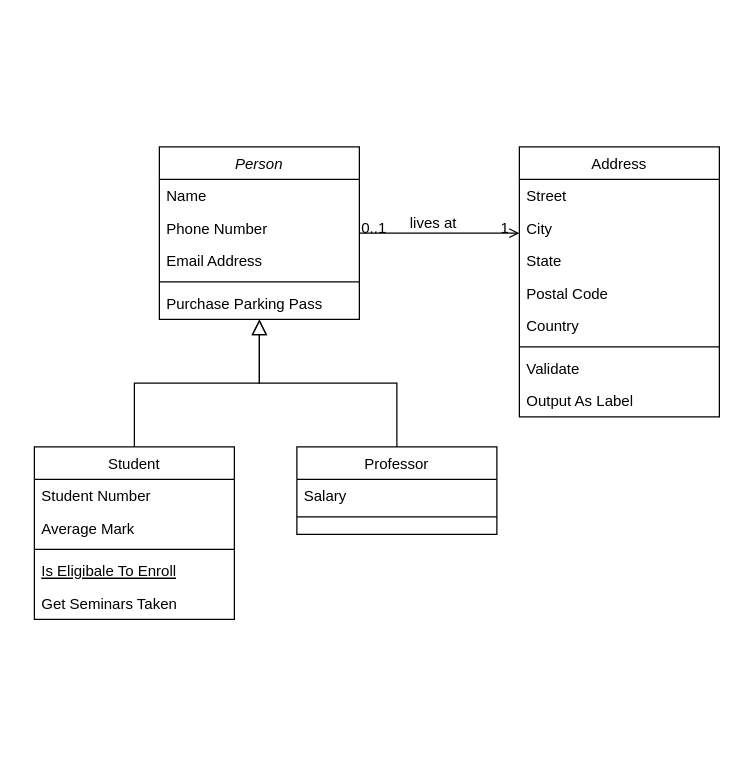
The draw.io diagram Untitled Diagram.drawio in MaRsOnIx/WSBv2, before the edit. Source tidied: cells renumbered, new cells numbered last; positions are measured from the earlier drawing's top-left corner, leaving out a move shared by most shapes. Both pictures are drawn from the tidied source at 125%, with x=0, y=0 at pixel (34, 146).
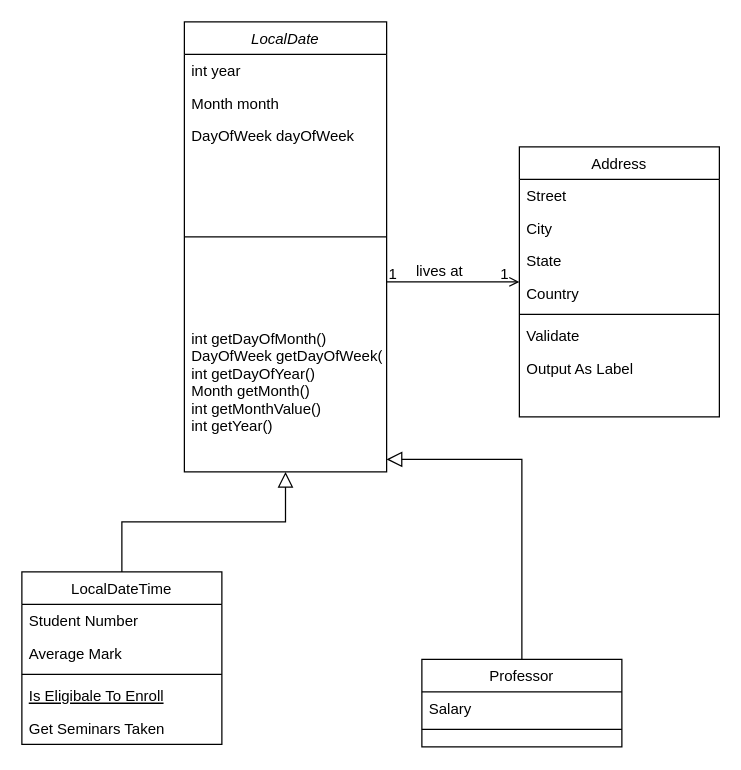
After the change.

The change refers to these unchanged cells:
```xml
<mxCell id="19" value="Address" style="swimlane;fontStyle=0;align=center;verticalAlign=top;horizontal=1;startSize=26;rounded=0;shadow=0;strokeWidth=1;" parent="1" vertex="1">
  <mxGeometry x="388" width="160" height="216" as="geometry" />
</mxCell>
<mxCell id="28" style="endArrow=open;shadow=0;strokeWidth=1;rounded=0;endFill=1;edgeStyle=elbowEdgeStyle;elbow=vertical;" parent="1" edge="1" source="2" target="19">
  <mxGeometry x="0.5" y="41" relative="1" as="geometry">
    <mxPoint x="-40" y="32" as="offset" />
  </mxGeometry>
</mxCell>
```

Change to the diagram source:
```diff
@@
-    <mxCell id="2" value="Person" style="swimlane;fontStyle=2;align=center;verticalAlign=top;horizontal=1;startSize=26;rounded=0;shadow=0;strokeWidth=1;" parent="1" vertex="1">
-      <mxGeometry x="100" width="160" height="138" as="geometry" />
+    <mxCell id="2" value="LocalDate" style="swimlane;fontStyle=2;align=center;verticalAlign=top;horizontal=1;startSize=26;rounded=0;shadow=0;strokeWidth=1;" parent="1" vertex="1">
+      <mxGeometry x="120" y="-100" width="161.8" height="360" as="geometry" />
     </mxCell>
-    <mxCell id="3" value="Name" style="text;align=left;verticalAlign=top;spacingLeft=4;spacingRight=4;overflow=hidden;" parent="2" vertex="1">
-      <mxGeometry y="26" width="160" height="26" as="geometry" />
+    <mxCell id="3" value="int year" style="text;align=left;verticalAlign=top;spacingLeft=4;spacingRight=4;overflow=hidden;" parent="2" vertex="1">
+      <mxGeometry y="26" width="161.8" height="26" as="geometry" />
     </mxCell>
-    <mxCell id="4" value="Phone Number" style="text;align=left;verticalAlign=top;spacingLeft=4;spacingRight=4;overflow=hidden;rounded=0;shadow=0;html=0;" parent="2" vertex="1">
-      <mxGeometry y="52" width="160" height="26" as="geometry" />
+    <mxCell id="4" value="Month month" style="text;align=left;verticalAlign=top;spacingLeft=4;spacingRight=4;overflow=hidden;rounded=0;shadow=0;html=0;" parent="2" vertex="1">
+      <mxGeometry y="52" width="161.8" height="26" as="geometry" />
     </mxCell>
-    <mxCell id="5" value="Email Address" style="text;align=left;verticalAlign=top;spacingLeft=4;spacingRight=4;overflow=hidden;rounded=0;shadow=0;html=0;" parent="2" vertex="1">
-      <mxGeometry y="78" width="160" height="26" as="geometry" />
+    <mxCell id="5" value="DayOfWeek dayOfWeek" style="text;align=left;verticalAlign=top;spacingLeft=4;spacingRight=4;overflow=hidden;rounded=0;shadow=0;html=0;" parent="2" vertex="1">
+      <mxGeometry y="78" width="161.8" height="26" as="geometry" />
     </mxCell>
     <mxCell id="6" style="line;html=1;strokeWidth=1;align=left;verticalAlign=middle;spacingTop=-1;spacingLeft=3;spacingRight=3;labelPosition=right;" parent="2" vertex="1">
-      <mxGeometry y="104" width="160" height="8" as="geometry" />
+      <mxGeometry y="104" width="161.8" height="136" as="geometry" />
     </mxCell>
-    <mxCell id="7" value="Purchase Parking Pass" style="text;align=left;verticalAlign=top;spacingLeft=4;spacingRight=4;overflow=hidden;points=[[0,0.5],[1,0.5]];portConstraint=eastwest;" parent="2" vertex="1">
-      <mxGeometry y="112" width="160" height="26" as="geometry" />
+    <mxCell id="7" value="int getDayOfMonth()&#10;DayOfWeek getDayOfWeek()&#10;int getDayOfYear()&#10;Month getMonth()&#10;int getMonthValue()&#10;int getYear()" style="text;align=left;verticalAlign=top;spacingLeft=4;spacingRight=4;overflow=hidden;points=[[0,0.5],[1,0.5]];portConstraint=eastwest;" parent="2" vertex="1">
+      <mxGeometry y="240" width="161.8" height="110" as="geometry" />
     </mxCell>
-    <mxCell id="8" value="Student" style="swimlane;fontStyle=0;align=center;verticalAlign=top;horizontal=1;startSize=26;rounded=0;shadow=0;strokeWidth=1;" parent="1" vertex="1">
-      <mxGeometry y="240" width="160" height="138" as="geometry" />
+    <mxCell id="8" value="LocalDateTime" style="swimlane;fontStyle=0;align=center;verticalAlign=top;horizontal=1;startSize=26;rounded=0;shadow=0;strokeWidth=1;" parent="1" vertex="1">
+      <mxGeometry x="-10" y="340" width="160" height="138" as="geometry" />
     </mxCell>
@@
     <mxCell id="15" value="Professor" style="swimlane;fontStyle=0;align=center;verticalAlign=top;horizontal=1;startSize=26;rounded=0;shadow=0;strokeWidth=1;" parent="1" vertex="1">
-      <mxGeometry x="210" y="240" width="160" height="70" as="geometry" />
+      <mxGeometry x="310" y="410" width="160" height="70" as="geometry" />
     </mxCell>
@@
-    <mxCell id="18" style="endArrow=block;endSize=10;endFill=0;shadow=0;strokeWidth=1;rounded=0;edgeStyle=elbowEdgeStyle;elbow=vertical;" parent="1" edge="1" source="15" target="2">
-      <mxGeometry relative="1" as="geometry" />
-    </mxCell>
@@
-    <mxCell id="23" value="Postal Code" style="text;align=left;verticalAlign=top;spacingLeft=4;spacingRight=4;overflow=hidden;rounded=0;shadow=0;html=0;" parent="19" vertex="1">
-      <mxGeometry y="104" width="160" height="26" as="geometry" />
-    </mxCell>
     <mxCell id="24" value="Country" style="text;align=left;verticalAlign=top;spacingLeft=4;spacingRight=4;overflow=hidden;rounded=0;shadow=0;html=0;" parent="19" vertex="1">
-      <mxGeometry y="130" width="160" height="26" as="geometry" />
+      <mxGeometry y="104" width="160" height="26" as="geometry" />
     </mxCell>
     <mxCell id="25" style="line;html=1;strokeWidth=1;align=left;verticalAlign=middle;spacingTop=-1;spacingLeft=3;spacingRight=3;labelPosition=right;" parent="19" vertex="1">
-      <mxGeometry y="156" width="160" height="8" as="geometry" />
+      <mxGeometry y="130" width="160" height="8" as="geometry" />
     </mxCell>
     <mxCell id="26" value="Validate" style="text;align=left;verticalAlign=top;spacingLeft=4;spacingRight=4;overflow=hidden;" parent="19" vertex="1">
-      <mxGeometry y="164" width="160" height="26" as="geometry" />
+      <mxGeometry y="138" width="160" height="26" as="geometry" />
     </mxCell>
     <mxCell id="27" value="Output As Label" style="text;align=left;verticalAlign=top;spacingLeft=4;spacingRight=4;overflow=hidden;" parent="19" vertex="1">
-      <mxGeometry y="190" width="160" height="26" as="geometry" />
+      <mxGeometry y="164" width="160" height="26" as="geometry" />
     </mxCell>
@@
-    <mxCell id="29" value="0..1" style="align=left;verticalAlign=bottom;labelBackgroundColor=none;fontSize=12;" parent="28" vertex="1">
+    <mxCell id="29" value="1" style="align=left;verticalAlign=bottom;labelBackgroundColor=none;fontSize=12;direction=south;" parent="28" vertex="1">
       <mxGeometry x="-1" relative="1" as="geometry">
-        <mxPoint y="4" as="offset" />
+        <mxPoint y="2" as="offset" />
       </mxGeometry>
     </mxCell>
     <mxCell id="30" value="1" style="align=right;verticalAlign=bottom;labelBackgroundColor=none;fontSize=12;" parent="28" vertex="1">
       <mxGeometry x="1" relative="1" as="geometry">
-        <mxPoint x="-7" y="4" as="offset" />
+        <mxPoint x="-7" y="2" as="offset" />
       </mxGeometry>
     </mxCell>
@@
+    <mxCell id="32" style="endArrow=block;endSize=10;endFill=0;shadow=0;strokeWidth=1;rounded=0;edgeStyle=elbowEdgeStyle;elbow=vertical;" parent="1" edge="1" source="15" target="7">
+      <mxGeometry relative="1" as="geometry">
+        <Array as="points">
+          <mxPoint x="270" y="250" />
+        </Array>
+      </mxGeometry>
+    </mxCell>
```
